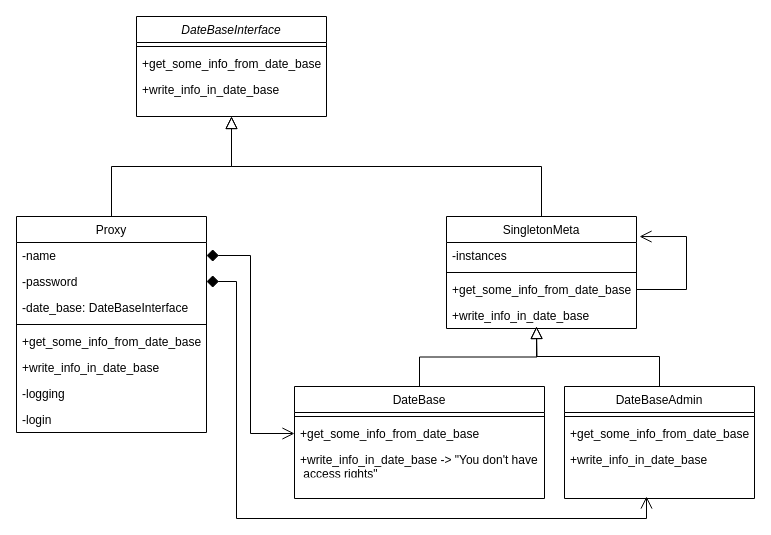
Earlier version of the draw.io diagram proxy_UML.drawio (cookArehere/patterns). Source tidied: cells renumbered, new cells numbered last; positions are measured from the earlier drawing's top-left corner, leaving out a move shared by most shapes. Both pictures are drawn from the tidied source at 100%, with x=0, y=0 at pixel (16, 16).
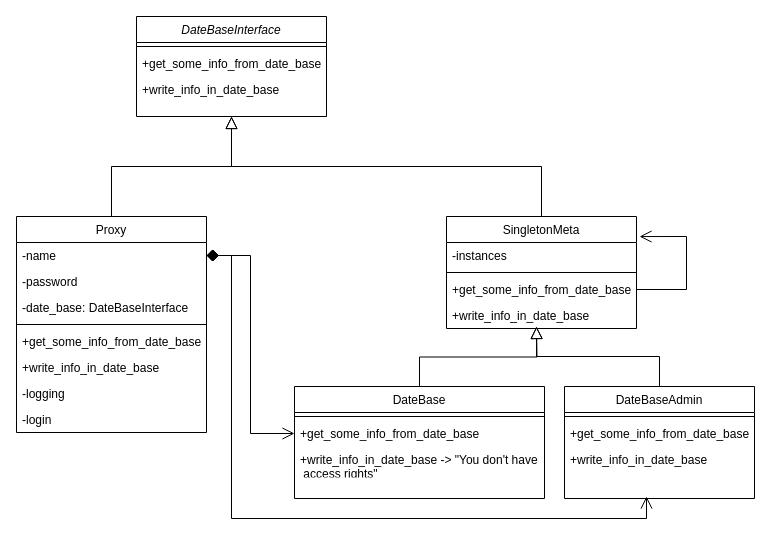
After the change.

The change refers to these unchanged cells:
```xml
<mxCell id="7" value="-name" style="text;align=left;verticalAlign=top;spacingLeft=4;spacingRight=4;overflow=hidden;points=[[0,0.5],[1,0.5]];portConstraint=eastwest;rounded=0;shadow=0;html=0;" parent="6" vertex="1">
  <mxGeometry y="26" width="190" height="26" as="geometry" />
</mxCell>
<mxCell id="8" value="-password" style="text;align=left;verticalAlign=top;spacingLeft=4;spacingRight=4;overflow=hidden;points=[[0,0.5],[1,0.5]];portConstraint=eastwest;rounded=0;shadow=0;html=0;" parent="6" vertex="1">
  <mxGeometry y="52" width="190" height="26" as="geometry" />
</mxCell>
```

What changed in the source:
```diff
@@
-    <mxCell id="34" style="edgeStyle=orthogonalEdgeStyle;rounded=0;jettySize=auto;html=1;startArrow=diamond;startFill=1;endArrow=open;endFill=0;startSize=10;endSize=10;" parent="1" edge="1" source="8">
+    <mxCell id="34" style="edgeStyle=orthogonalEdgeStyle;rounded=0;jettySize=auto;html=1;startArrow=diamond;startFill=1;endArrow=open;endFill=0;startSize=10;endSize=10;exitX=1;exitY=0.5;exitDx=0;exitDy=0;" parent="1" edge="1" source="7">
       <mxGeometry relative="1" as="geometry">
         <mxPoint x="630" y="480" as="targetPoint" />
         <Array as="points">
-          <mxPoint x="220" y="265" />
-          <mxPoint x="220" y="502" />
+          <mxPoint x="215" y="239" />
+          <mxPoint x="215" y="502" />
           <mxPoint x="630" y="502" />
         </Array>
       </mxGeometry>
     </mxCell>
```
